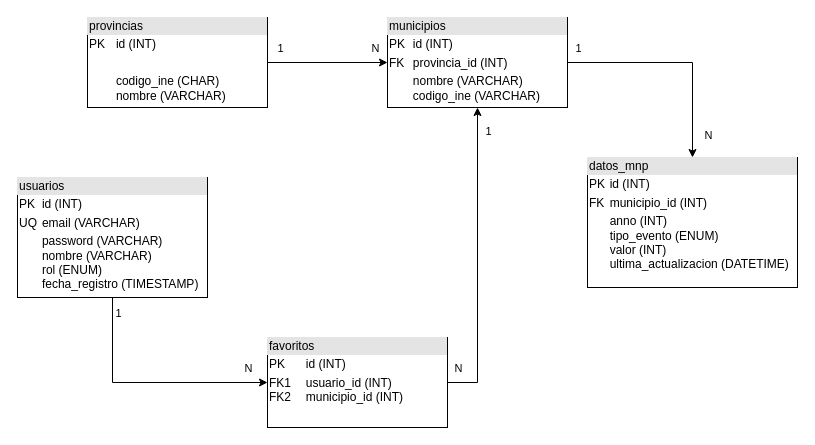
Earlier version of the draw.io diagram docs/modelo E-R.drawio (samuuufr/DatosJuntaCyL). Source tidied: cells renumbered, new cells numbered last; positions are measured from the earlier drawing's top-left corner, leaving out a move shared by most shapes. Both pictures are drawn from the tidied source at 100%, with x=0, y=0 at pixel (17, 17).
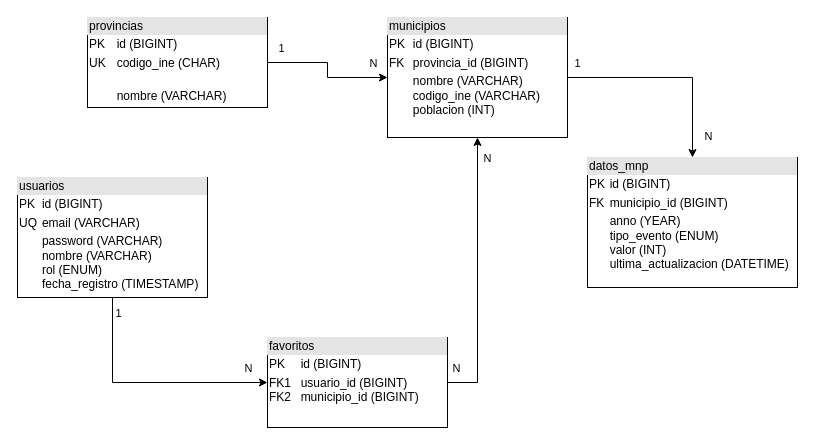
After the change.

What changed in the source:
```diff
@@
-    <mxCell id="5" value="&lt;div style=&quot;box-sizing: border-box; width: 100%; background: rgb(228, 228, 228); padding: 2px;&quot;&gt;usuarios&lt;/div&gt;&lt;table style=&quot;width:100%;font-size:1em;&quot; cellpadding=&quot;2&quot; cellspacing=&quot;0&quot;&gt;&lt;tbody&gt;&lt;tr&gt;&lt;td&gt;PK&lt;/td&gt;&lt;td&gt;id (INT)&lt;/td&gt;&lt;/tr&gt;&lt;tr&gt;&lt;td&gt;UQ&lt;/td&gt;&lt;td&gt;email (VARCHAR)&lt;/td&gt;&lt;/tr&gt;&lt;tr&gt;&lt;td&gt;&lt;/td&gt;&lt;td&gt;password (VARCHAR)&lt;br&gt;nombre (VARCHAR)&lt;br&gt;rol (ENUM)&lt;br&gt;fecha_registro (TIMESTAMP)&lt;/td&gt;&lt;/tr&gt;&lt;/tbody&gt;&lt;/table&gt;" style="verticalAlign=top;align=left;overflow=fill;html=1;whiteSpace=wrap;" parent="1" vertex="1">
+    <mxCell id="5" value="&lt;div style=&quot;box-sizing: border-box; width: 100%; background: rgb(228, 228, 228); padding: 2px;&quot;&gt;usuarios&lt;/div&gt;&lt;table style=&quot;width:100%;font-size:1em;&quot; cellpadding=&quot;2&quot; cellspacing=&quot;0&quot;&gt;&lt;tbody&gt;&lt;tr&gt;&lt;td&gt;PK&lt;/td&gt;&lt;td&gt;id (BIGINT)&lt;/td&gt;&lt;/tr&gt;&lt;tr&gt;&lt;td&gt;UQ&lt;/td&gt;&lt;td&gt;email (VARCHAR)&lt;/td&gt;&lt;/tr&gt;&lt;tr&gt;&lt;td&gt;&lt;/td&gt;&lt;td&gt;password (VARCHAR)&lt;br&gt;nombre (VARCHAR)&lt;br&gt;rol (ENUM)&lt;br&gt;fecha_registro (TIMESTAMP)&lt;/td&gt;&lt;/tr&gt;&lt;/tbody&gt;&lt;/table&gt;" style="verticalAlign=top;align=left;overflow=fill;html=1;whiteSpace=wrap;" parent="1" vertex="1">
       <mxGeometry y="160" width="190" height="120" as="geometry" />
     </mxCell>
-    <mxCell id="6" style="edgeStyle=orthogonalEdgeStyle;rounded=0;jettySize=auto;html=1;exitX=1;exitY=0.5;exitDx=0;exitDy=0;entryX=0.5;entryY=1;entryDx=0;entryDy=0;" parent="1" edge="1" source="9" target="13">
-      <mxGeometry relative="1" as="geometry" />
+    <mxCell id="6" value="N" style="edgeStyle=orthogonalEdgeStyle;rounded=0;jettySize=auto;html=1;exitX=1;exitY=0.5;exitDx=0;exitDy=0;entryX=0.5;entryY=1;entryDx=0;entryDy=0;" parent="1" edge="1" source="9" target="13">
+      <mxGeometry x="0.85" y="-10" relative="1" as="geometry" />
     </mxCell>
@@
-    <mxCell id="8" value="1" style="edgeLabel;html=1;align=center;verticalAlign=middle;" parent="6" vertex="1">
-      <mxGeometry x="0.85" y="-1" relative="1" as="geometry">
-        <mxPoint x="9" as="offset" />
-      </mxGeometry>
-    </mxCell>
-    <mxCell id="9" value="&lt;div style=&quot;box-sizing: border-box; width: 100%; background: rgb(228, 228, 228); padding: 2px;&quot;&gt;favoritos&lt;/div&gt;&lt;table style=&quot;width:100%;font-size:1em;&quot; cellpadding=&quot;2&quot; cellspacing=&quot;0&quot;&gt;&lt;tbody&gt;&lt;tr&gt;&lt;td&gt;PK&lt;/td&gt;&lt;td&gt;id (INT)&lt;/td&gt;&lt;/tr&gt;&lt;tr&gt;&lt;td&gt;FK1&lt;br&gt;FK2&lt;/td&gt;&lt;td&gt;usuario_id (INT)&lt;br&gt;municipio_id (INT)&lt;/td&gt;&lt;/tr&gt;&lt;tr&gt;&lt;td&gt;&lt;br&gt;&lt;/td&gt;&lt;td&gt;&lt;br&gt;&lt;/td&gt;&lt;/tr&gt;&lt;/tbody&gt;&lt;/table&gt;" style="verticalAlign=top;align=left;overflow=fill;html=1;whiteSpace=wrap;" parent="1" vertex="1">
+    <mxCell id="9" value="&lt;div style=&quot;box-sizing: border-box; width: 100%; background: rgb(228, 228, 228); padding: 2px;&quot;&gt;favoritos&lt;/div&gt;&lt;table style=&quot;width:100%;font-size:1em;&quot; cellpadding=&quot;2&quot; cellspacing=&quot;0&quot;&gt;&lt;tbody&gt;&lt;tr&gt;&lt;td&gt;PK&lt;/td&gt;&lt;td&gt;id (BIGINT)&lt;/td&gt;&lt;/tr&gt;&lt;tr&gt;&lt;td&gt;FK1&lt;br&gt;FK2&lt;/td&gt;&lt;td&gt;usuario_id (BIGINT)&lt;br&gt;municipio_id (BIGINT)&lt;/td&gt;&lt;/tr&gt;&lt;tr&gt;&lt;td&gt;&lt;br&gt;&lt;/td&gt;&lt;td&gt;&lt;br&gt;&lt;/td&gt;&lt;/tr&gt;&lt;/tbody&gt;&lt;/table&gt;" style="verticalAlign=top;align=left;overflow=fill;html=1;whiteSpace=wrap;" parent="1" vertex="1">
       <mxGeometry x="250" y="320" width="180" height="90" as="geometry" />
     </mxCell>
@@
-    <mxCell id="13" value="&lt;div style=&quot;box-sizing: border-box; width: 100%; background: rgb(228, 228, 228); padding: 2px;&quot;&gt;municipios&lt;/div&gt;&lt;table style=&quot;width:100%;font-size:1em;&quot; cellpadding=&quot;2&quot; cellspacing=&quot;0&quot;&gt;&lt;tbody&gt;&lt;tr&gt;&lt;td&gt;PK&lt;/td&gt;&lt;td&gt;id (INT)&lt;br&gt;&lt;/td&gt;&lt;/tr&gt;&lt;tr&gt;&lt;td&gt;FK&lt;/td&gt;&lt;td&gt;provincia_id (INT)&lt;/td&gt;&lt;/tr&gt;&lt;tr&gt;&lt;td&gt;&lt;/td&gt;&lt;td&gt;nombre (VARCHAR)&lt;br&gt;codigo_ine (VARCHAR)&lt;br&gt;&lt;br&gt;&lt;/td&gt;&lt;/tr&gt;&lt;/tbody&gt;&lt;/table&gt;" style="verticalAlign=top;align=left;overflow=fill;html=1;whiteSpace=wrap;" parent="1" vertex="1">
-      <mxGeometry x="370" width="180" height="90" as="geometry" />
+    <mxCell id="13" value="&lt;div style=&quot;box-sizing: border-box; width: 100%; background: rgb(228, 228, 228); padding: 2px;&quot;&gt;municipios&lt;/div&gt;&lt;table style=&quot;width:100%;font-size:1em;&quot; cellpadding=&quot;2&quot; cellspacing=&quot;0&quot;&gt;&lt;tbody&gt;&lt;tr&gt;&lt;td&gt;PK&lt;/td&gt;&lt;td&gt;id (BIGINT)&lt;br&gt;&lt;/td&gt;&lt;/tr&gt;&lt;tr&gt;&lt;td&gt;FK&lt;/td&gt;&lt;td&gt;provincia_id (BIGINT)&lt;/td&gt;&lt;/tr&gt;&lt;tr&gt;&lt;td&gt;&lt;/td&gt;&lt;td&gt;nombre (VARCHAR)&lt;br&gt;codigo_ine (VARCHAR)&lt;br&gt;poblacion (INT)&lt;br&gt;&lt;br&gt;&lt;/td&gt;&lt;/tr&gt;&lt;/tbody&gt;&lt;/table&gt;" style="verticalAlign=top;align=left;overflow=fill;html=1;whiteSpace=wrap;" parent="1" vertex="1">
+      <mxGeometry x="370" width="180" height="120" as="geometry" />
     </mxCell>
@@
-    <mxCell id="17" value="&lt;div style=&quot;box-sizing: border-box; width: 100%; background: rgb(228, 228, 228); padding: 2px;&quot;&gt;provincias&lt;/div&gt;&lt;table style=&quot;width:100%;font-size:1em;&quot; cellpadding=&quot;2&quot; cellspacing=&quot;0&quot;&gt;&lt;tbody&gt;&lt;tr&gt;&lt;td&gt;PK&lt;/td&gt;&lt;td&gt;id (INT)&lt;/td&gt;&lt;/tr&gt;&lt;tr&gt;&lt;td&gt;&lt;br&gt;&lt;/td&gt;&lt;td&gt;&lt;br&gt;&lt;/td&gt;&lt;/tr&gt;&lt;tr&gt;&lt;td&gt;&lt;br&gt;&lt;/td&gt;&lt;td&gt;codigo_ine (CHAR)&lt;br&gt;nombre (VARCHAR)&lt;/td&gt;&lt;/tr&gt;&lt;/tbody&gt;&lt;/table&gt;" style="verticalAlign=top;align=left;overflow=fill;html=1;whiteSpace=wrap;" parent="1" vertex="1">
+    <mxCell id="17" value="&lt;div style=&quot;box-sizing: border-box; width: 100%; background: rgb(228, 228, 228); padding: 2px;&quot;&gt;provincias&lt;/div&gt;&lt;table style=&quot;width:100%;font-size:1em;&quot; cellpadding=&quot;2&quot; cellspacing=&quot;0&quot;&gt;&lt;tbody&gt;&lt;tr&gt;&lt;td&gt;PK&lt;/td&gt;&lt;td&gt;id (BIGINT)&lt;/td&gt;&lt;/tr&gt;&lt;tr&gt;&lt;td&gt;UK&lt;/td&gt;&lt;td&gt;codigo_ine (CHAR)&lt;/td&gt;&lt;/tr&gt;&lt;tr&gt;&lt;td&gt;&lt;br&gt;&lt;/td&gt;&lt;td&gt;&lt;br&gt;nombre (VARCHAR)&lt;/td&gt;&lt;/tr&gt;&lt;/tbody&gt;&lt;/table&gt;" style="verticalAlign=top;align=left;overflow=fill;html=1;whiteSpace=wrap;" parent="1" vertex="1">
       <mxGeometry x="70" width="180" height="90" as="geometry" />
     </mxCell>
-    <mxCell id="18" value="&lt;div style=&quot;box-sizing: border-box; width: 100%; background: rgb(228, 228, 228); padding: 2px;&quot;&gt;datos_mnp&lt;/div&gt;&lt;table style=&quot;width:100%;font-size:1em;&quot; cellpadding=&quot;2&quot; cellspacing=&quot;0&quot;&gt;&lt;tbody&gt;&lt;tr&gt;&lt;td&gt;PK&lt;/td&gt;&lt;td&gt;id (INT)&lt;/td&gt;&lt;/tr&gt;&lt;tr&gt;&lt;td&gt;FK&lt;/td&gt;&lt;td&gt;municipio_id (INT)&lt;/td&gt;&lt;/tr&gt;&lt;tr&gt;&lt;td&gt;&lt;/td&gt;&lt;td&gt;anno (INT)&lt;br&gt;tipo_evento (ENUM)&lt;br&gt;valor (INT)&lt;br&gt;ultima_actualizacion (DATETIME)&lt;/td&gt;&lt;/tr&gt;&lt;/tbody&gt;&lt;/table&gt;" style="verticalAlign=top;align=left;overflow=fill;html=1;whiteSpace=wrap;" parent="1" vertex="1">
+    <mxCell id="18" value="&lt;div style=&quot;box-sizing: border-box; width: 100%; background: rgb(228, 228, 228); padding: 2px;&quot;&gt;datos_mnp&lt;/div&gt;&lt;table style=&quot;width:100%;font-size:1em;&quot; cellpadding=&quot;2&quot; cellspacing=&quot;0&quot;&gt;&lt;tbody&gt;&lt;tr&gt;&lt;td&gt;PK&lt;/td&gt;&lt;td&gt;id (BIGINT)&lt;/td&gt;&lt;/tr&gt;&lt;tr&gt;&lt;td&gt;FK&lt;/td&gt;&lt;td&gt;municipio_id (BIGINT)&lt;/td&gt;&lt;/tr&gt;&lt;tr&gt;&lt;td&gt;&lt;/td&gt;&lt;td&gt;anno (YEAR)&lt;br&gt;tipo_evento (ENUM)&lt;br&gt;valor (INT)&lt;br&gt;ultima_actualizacion (DATETIME)&lt;/td&gt;&lt;/tr&gt;&lt;/tbody&gt;&lt;/table&gt;" style="verticalAlign=top;align=left;overflow=fill;html=1;whiteSpace=wrap;" parent="1" vertex="1">
       <mxGeometry x="570" y="140" width="210" height="130" as="geometry" />
     </mxCell>
```
